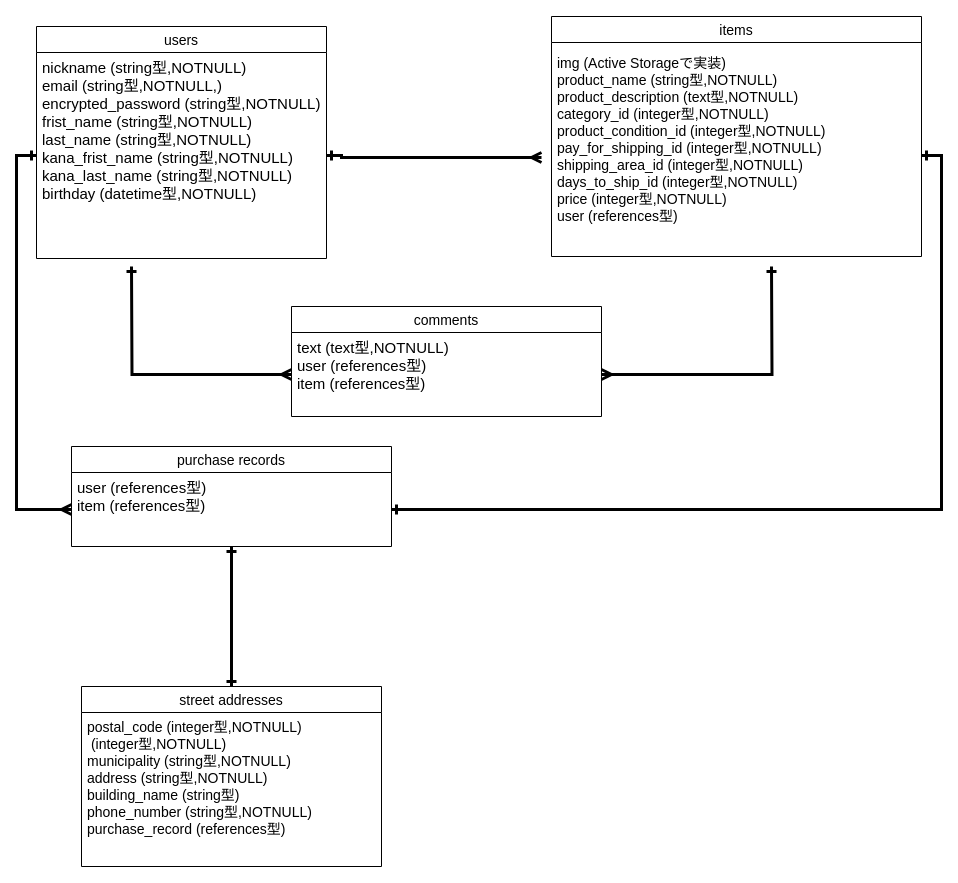
The draw.io diagram furima-32895.dio in rikku1006/furima-32895, before the edit. Source tidied: cells renumbered, new cells numbered last; positions are measured from the earlier drawing's top-left corner, leaving out a move shared by most shapes. Both pictures are drawn from the tidied source at 100%, with x=0, y=0 at pixel (36, 16).
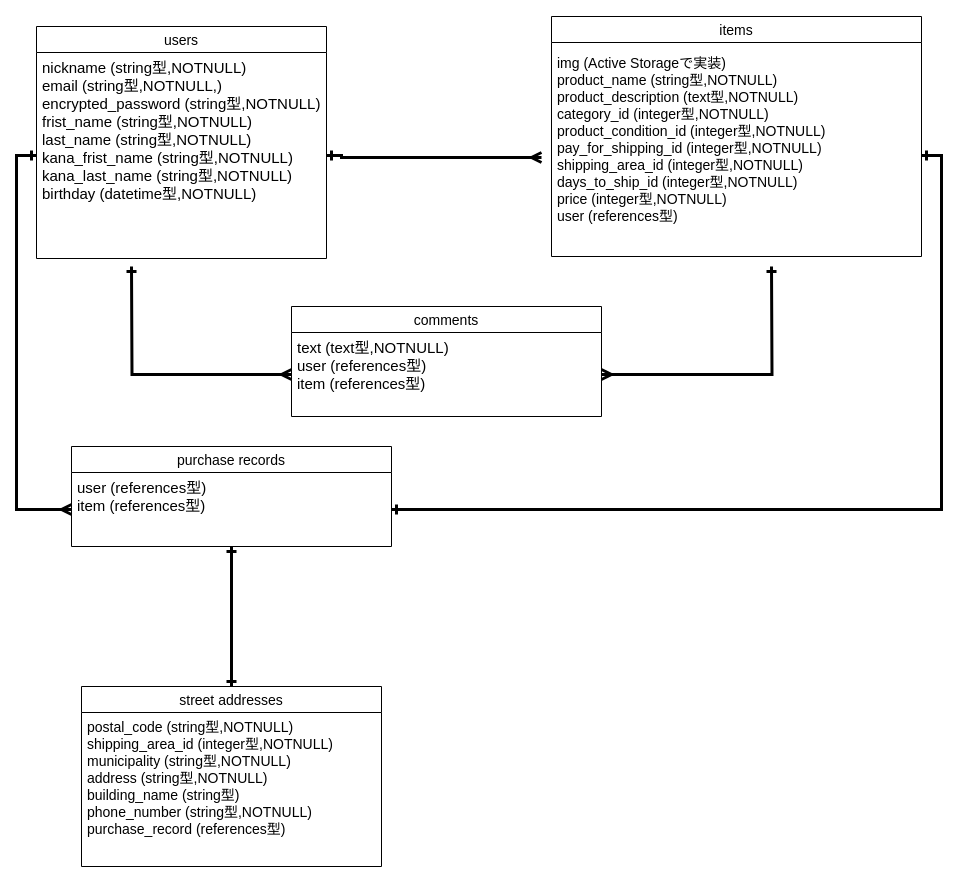
Above is the later version.

Commit message (it also covers changes not shown here):
ER図、README再度修正

The change refers to these unchanged cells:
```xml
<mxCell id="10" value="street addresses" style="swimlane;fontStyle=0;horizontal=1;startSize=26;align=center;fontSize=14;" parent="1" vertex="1">
  <mxGeometry x="45" y="670" width="300" height="180" as="geometry" />
</mxCell>
```

What changed in the source:
```diff
@@
-    <mxCell id="11" value="postal_code (integer型,NOTNULL)&#10; (integer型,NOTNULL)&#10;municipality (string型,NOTNULL)&#10;address (string型,NOTNULL)&#10;building_name (string型)&#10;phone_number (string型,NOTNULL)&#10;purchase_record (references型)" style="text;strokeColor=none;fillColor=none;spacingLeft=4;spacingRight=4;overflow=hidden;fontSize=14;" parent="10" vertex="1">
+    <mxCell id="11" value="postal_code (string型,NOTNULL)&#10;shipping_area_id (integer型,NOTNULL)&#10;municipality (string型,NOTNULL)&#10;address (string型,NOTNULL)&#10;building_name (string型)&#10;phone_number (string型,NOTNULL)&#10;purchase_record (references型)" style="text;strokeColor=none;fillColor=none;spacingLeft=4;spacingRight=4;overflow=hidden;fontSize=14;" parent="10" vertex="1">
       <mxGeometry y="26" width="300" height="154" as="geometry" />
     </mxCell>
```
